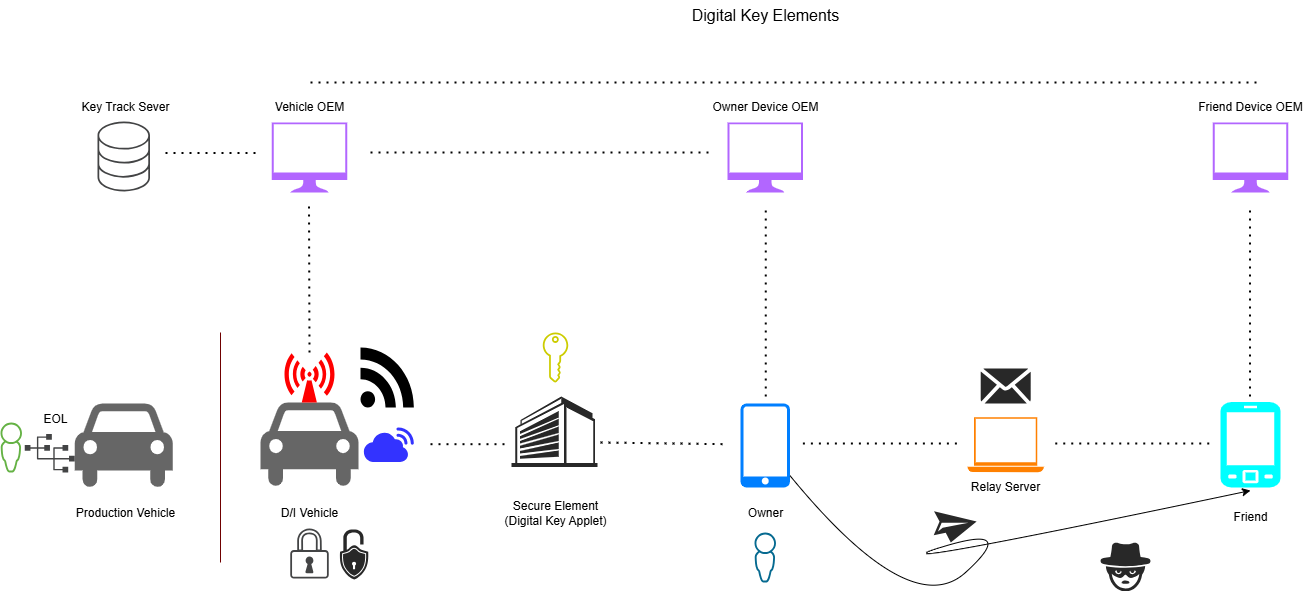
LaurenHsu31/DKC keeps this draw.io diagram as SystemFramework.drawio.png. Above is the earlier version. Source tidied: cells renumbered, new cells last; positions are measured from the earlier drawing's top-left corner, leaving out a move shared by most shapes.
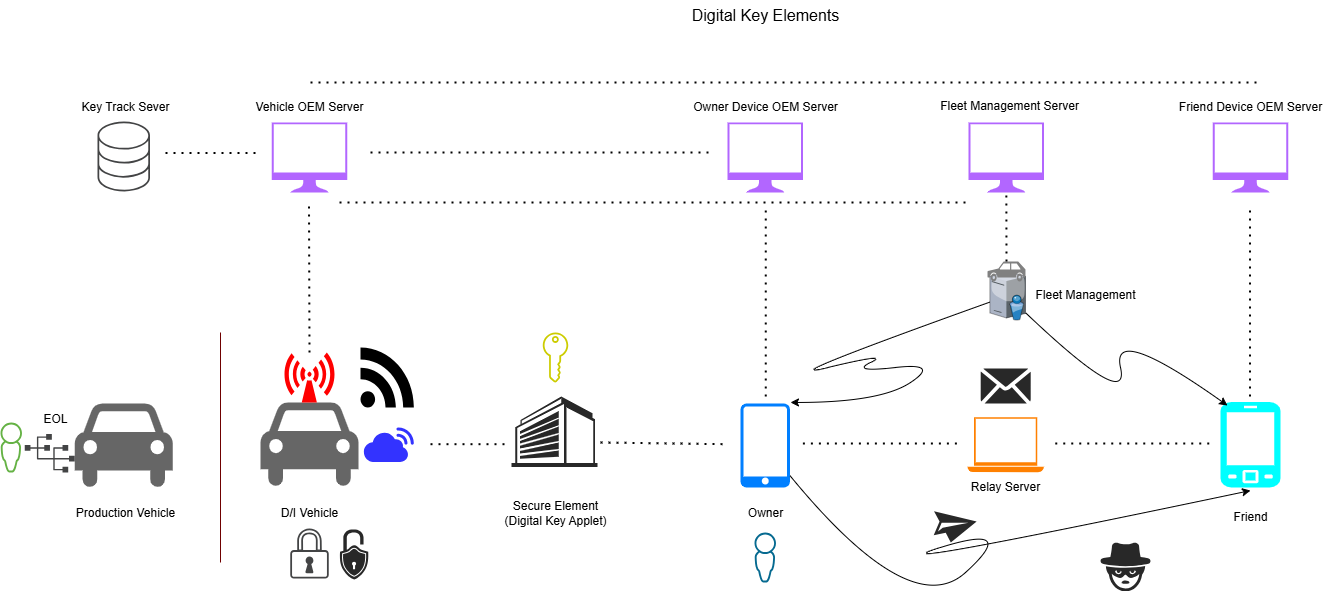
The same file after the commit.

What changed in the source:
```diff
@@ -86,14 +86,14 @@
     <mxCell id="25" value="Secure Element&lt;div&gt;(Digital Key Applet)&lt;/div&gt;" style="text;html=1;align=center;verticalAlign=middle;strokeColor=none;fillColor=none;" parent="1" vertex="1">
       <mxGeometry x="490" y="493" width="130" height="40" as="geometry" />
     </mxCell>
-    <mxCell id="26" value="Vehicle OEM" style="text;html=1;align=center;verticalAlign=middle;strokeColor=none;fillColor=none;" parent="1" vertex="1">
-      <mxGeometry x="264" y="92" width="90" height="30" as="geometry" />
+    <mxCell id="26" value="Vehicle OEM Server" style="text;html=1;align=center;verticalAlign=middle;strokeColor=none;fillColor=none;" parent="1" vertex="1">
+      <mxGeometry x="244" y="92" width="130" height="30" as="geometry" />
     </mxCell>
-    <mxCell id="27" value="Owner Device OEM" style="text;html=1;align=center;verticalAlign=middle;strokeColor=none;fillColor=none;" parent="1" vertex="1">
-      <mxGeometry x="699.8" y="92" width="130" height="30" as="geometry" />
+    <mxCell id="27" value="Owner Device OEM Server" style="text;html=1;align=center;verticalAlign=middle;strokeColor=none;fillColor=none;" parent="1" vertex="1">
+      <mxGeometry x="679.8" y="92" width="170" height="30" as="geometry" />
     </mxCell>
-    <mxCell id="28" value="Friend Device OEM" style="text;html=1;align=center;verticalAlign=middle;strokeColor=none;fillColor=none;" parent="1" vertex="1">
-      <mxGeometry x="1185" y="91.5" width="130" height="30" as="geometry" />
+    <mxCell id="28" value="Friend Device OEM Server" style="text;html=1;align=center;verticalAlign=middle;strokeColor=none;fillColor=none;" parent="1" vertex="1">
+      <mxGeometry x="1165" y="91.5" width="170" height="30" as="geometry" />
     </mxCell>
     <mxCell id="29" value="Relay Server" style="text;html=1;align=center;verticalAlign=middle;strokeColor=none;fillColor=none;" parent="1" vertex="1">
       <mxGeometry x="960.2" y="472" width="90" height="30" as="geometry" />
@@ -182,5 +182,48 @@
     <mxCell id="47" value="EOL" style="text;html=1;align=center;verticalAlign=middle;strokeColor=none;fillColor=none;" parent="1" vertex="1">
       <mxGeometry x="30" y="403.5" width="50" height="30" as="geometry" />
     </mxCell>
+    <mxCell id="48" style="verticalLabelPosition=bottom;sketch=0;html=1;verticalAlign=top;strokeColor=none;align=center;outlineConnect=0;shape=mxgraph.citrix.directory_server;" parent="1" vertex="1">
+      <mxGeometry x="989.4" y="271" width="35.6" height="48.5" as="geometry" />
+    </mxCell>
+    <mxCell id="49" style="shape=mxgraph.signs.transportation.car_3;html=1;fillColor=#808080;strokeColor=none;verticalLabelPosition=bottom;verticalAlign=top;align=center;sketch=0;" parent="1" vertex="1">
+      <mxGeometry x="987" y="261" width="38" height="20" as="geometry" />
+    </mxCell>
+    <mxCell id="50" value="Fleet Management" style="text;html=1;align=center;verticalAlign=middle;strokeColor=none;fillColor=none;" parent="1" vertex="1">
+      <mxGeometry x="1025" y="280.2" width="120" height="30" as="geometry" />
+    </mxCell>
+    <mxCell id="51" style="sketch=0;shadow=0;dashed=0;html=1;strokeColor=none;fillColor=#B266FF;labelPosition=center;verticalLabelPosition=bottom;verticalAlign=top;align=center;outlineConnect=0;shape=mxgraph.vvd.monitor;" parent="1" vertex="1">
+      <mxGeometry x="968.1" y="122" width="75.3" height="70" as="geometry" />
+    </mxCell>
+    <mxCell id="52" value="Fleet Management Server" style="text;html=1;align=center;verticalAlign=middle;strokeColor=none;fillColor=none;" parent="1" vertex="1">
+      <mxGeometry x="929" y="91" width="160" height="30" as="geometry" />
+    </mxCell>
+    <mxCell id="53" style="endArrow=none;dashed=1;html=1;dashPattern=1 3;strokeWidth=2;rounded=0;exitX=0.5;exitY=0;exitDx=0;exitDy=0;exitPerimeter=0;" parent="1" edge="1" source="49" target="51">
+      <mxGeometry relative="1" as="geometry" />
+    </mxCell>
+    <mxCell id="54" style="curved=1;endArrow=classic;html=1;rounded=0;entryX=0.117;entryY=0.042;entryDx=0;entryDy=0;entryPerimeter=0;" parent="1" edge="1" source="48" target="16">
+      <mxGeometry relative="1" as="geometry">
+        <Array as="points">
+          <mxPoint x="1130" y="412" />
+          <mxPoint x="1110" y="322" />
+        </Array>
+      </mxGeometry>
+    </mxCell>
+    <mxCell id="55" style="curved=1;endArrow=classic;html=1;rounded=0;entryX=1.01;entryY=-0.013;entryDx=0;entryDy=0;entryPerimeter=0;" parent="1" edge="1" source="48" target="6">
+      <mxGeometry relative="1" as="geometry">
+        <Array as="points">
+          <mxPoint x="765" y="382" />
+          <mxPoint x="890" y="352" />
+          <mxPoint x="850" y="372" />
+          <mxPoint x="940" y="362" />
+          <mxPoint x="880" y="402" />
+        </Array>
+      </mxGeometry>
+    </mxCell>
+    <mxCell id="56" style="endArrow=none;dashed=1;html=1;dashPattern=1 3;strokeWidth=2;rounded=0;" parent="1" edge="1">
+      <mxGeometry relative="1" as="geometry">
+        <mxPoint x="339" y="202" as="sourcePoint" />
+        <mxPoint x="970" y="202" as="targetPoint" />
+      </mxGeometry>
+    </mxCell>
   </root>
 </mxGraphModel>
```
